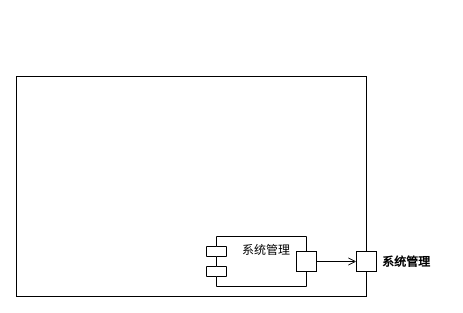
lafite1987/draw keeps this draw.io diagram as 云仓构件.drawio. Above is the earlier version. Source tidied: cells renumbered, new cells numbered last; positions are measured from the earlier drawing's top-left corner, leaving out a move shared by most shapes. Both pictures are drawn from the tidied source at 100%, with x=0, y=0 at pixel (16, 76).
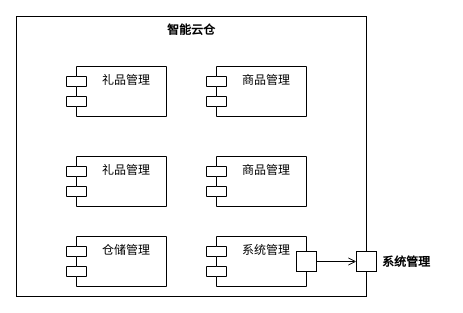
Above is the later version.

What changed in the source:
```diff
@@
 <mxGraphModel>
   <root>
     <mxCell id="0" />
     <mxCell id="1" parent="0" />
     <mxCell id="2" style="rounded=0;whiteSpace=wrap;html=1;" parent="1" vertex="1">
-      <mxGeometry width="350" height="220" as="geometry" />
+      <mxGeometry y="-60" width="350" height="280" as="geometry" />
     </mxCell>
     <mxCell id="3" value="系统管理" style="shape=module;align=left;spacingLeft=20;align=center;verticalAlign=top;" parent="1" vertex="1">
       <mxGeometry x="190" y="160" width="100" height="50" as="geometry" />
     </mxCell>
     <mxCell id="4" style="edgeStyle=orthogonalEdgeStyle;rounded=0;jettySize=auto;html=1;exitX=1;exitY=0.5;exitDx=0;exitDy=0;endArrow=open;endFill=0;" parent="1" edge="1" source="5" target="6">
       <mxGeometry relative="1" as="geometry" />
     </mxCell>
     <mxCell id="5" style="rounded=0;whiteSpace=wrap;html=1;" parent="1" vertex="1">
       <mxGeometry x="280" y="175" width="20" height="20" as="geometry" />
     </mxCell>
     <mxCell id="6" style="rounded=0;whiteSpace=wrap;html=1;" parent="1" vertex="1">
       <mxGeometry x="340" y="175" width="20" height="20" as="geometry" />
     </mxCell>
     <mxCell id="7" value="系统管理" style="text;align=center;fontStyle=1;verticalAlign=middle;spacingLeft=3;spacingRight=3;strokeColor=none;" parent="1" vertex="1">
       <mxGeometry x="350" y="172" width="80" height="26" as="geometry" />
     </mxCell>
+    <mxCell id="8" value="商品管理" style="shape=module;align=left;spacingLeft=20;align=center;verticalAlign=top;" parent="1" vertex="1">
+      <mxGeometry x="190" y="80" width="100" height="50" as="geometry" />
+    </mxCell>
+    <mxCell id="9" value="礼品管理" style="shape=module;align=left;spacingLeft=20;align=center;verticalAlign=top;" parent="1" vertex="1">
+      <mxGeometry x="50" y="80" width="100" height="50" as="geometry" />
+    </mxCell>
+    <mxCell id="10" value="智能云仓" style="text;align=center;fontStyle=1;verticalAlign=middle;spacingLeft=3;spacingRight=3;strokeColor=none;" parent="1" vertex="1">
+      <mxGeometry x="135" y="-60" width="80" height="26" as="geometry" />
+    </mxCell>
+    <mxCell id="11" value="仓储管理" style="shape=module;align=left;spacingLeft=20;align=center;verticalAlign=top;" parent="1" vertex="1">
+      <mxGeometry x="50" y="160" width="100" height="50" as="geometry" />
+    </mxCell>
+    <mxCell id="12" value="礼品管理" style="shape=module;align=left;spacingLeft=20;align=center;verticalAlign=top;" parent="1" vertex="1">
+      <mxGeometry x="50" y="-10" width="100" height="50" as="geometry" />
+    </mxCell>
+    <mxCell id="13" value="商品管理" style="shape=module;align=left;spacingLeft=20;align=center;verticalAlign=top;" parent="1" vertex="1">
+      <mxGeometry x="190" y="-10" width="100" height="50" as="geometry" />
+    </mxCell>
   </root>
 </mxGraphModel>
```
